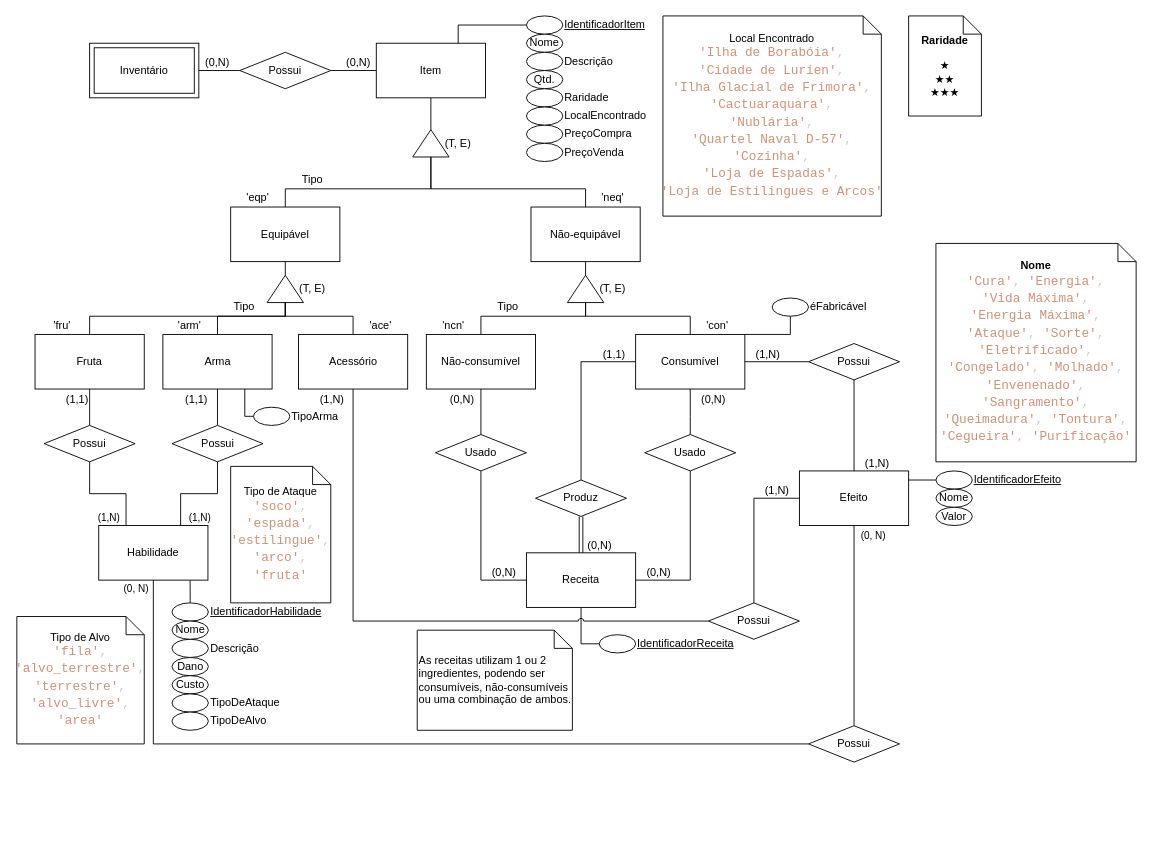
This is docs/assets/drawio/diagrama-entidade-relacionamento-item.drawio from SBD1/2025.1-Marventura, a draw.io file, before an edit. Source tidied: cells renumbered, new cells numbered last; positions are measured from the earlier drawing's top-left corner, leaving out a move shared by most shapes. Both pictures are drawn from the tidied source at 91%, with x=0, y=0 at pixel (16, 15).
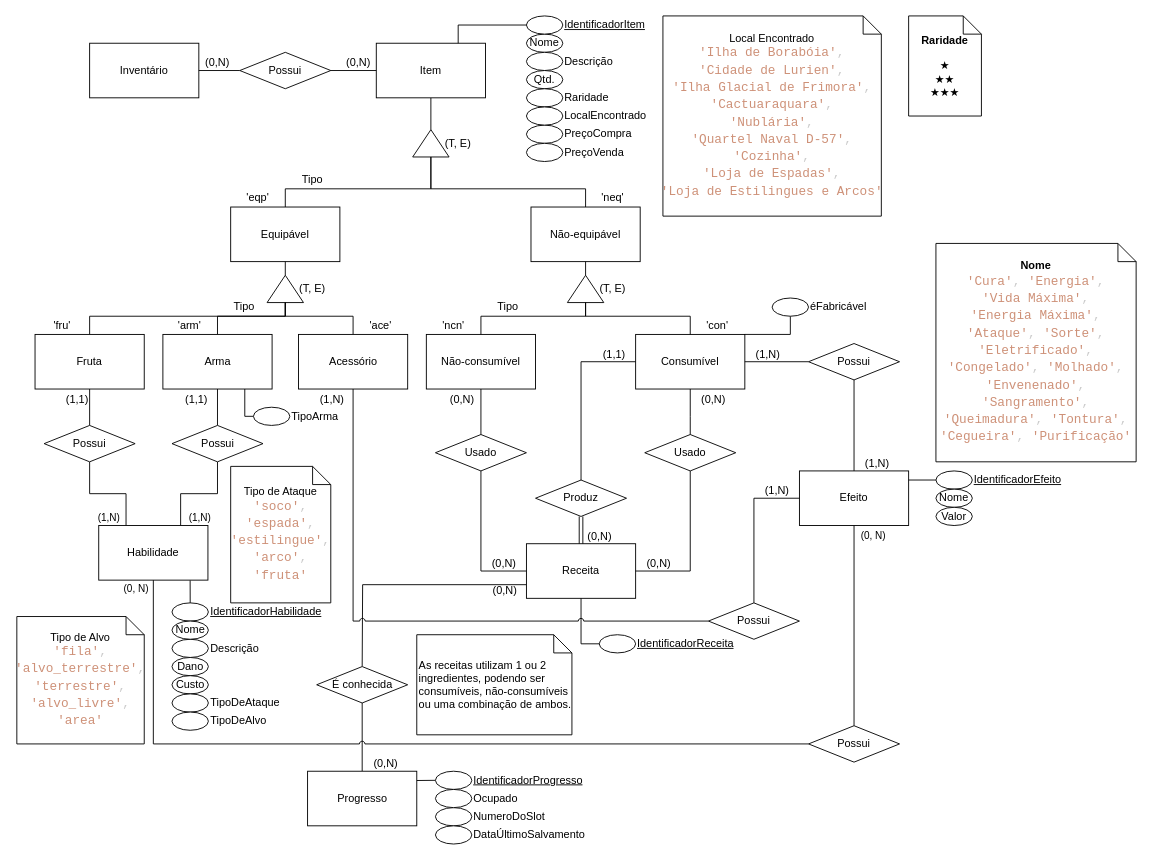
After the change.

Unchanged cells that the change refers to:
```xml
<mxCell id="52" value="Usado" style="rhombus;whiteSpace=wrap;html=1;" parent="1" vertex="1">
  <mxGeometry x="690" y="460" width="100" height="40" as="geometry" />
</mxCell>
<mxCell id="55" value="Usado" style="rhombus;whiteSpace=wrap;html=1;" parent="1" vertex="1">
  <mxGeometry x="460" y="460" width="100" height="40" as="geometry" />
</mxCell>
<mxCell id="59" style="shape=link;html=1;rounded=0;edgeStyle=orthogonalEdgeStyle;exitX=0.5;exitY=0;exitDx=0;exitDy=0;entryX=0.5;entryY=1;entryDx=0;entryDy=0;" parent="1" edge="1" source="45" target="44">
  <mxGeometry relative="1" as="geometry" />
</mxCell>
<mxCell id="98" value="Habilidade" style="rounded=0;whiteSpace=wrap;html=1;" parent="1" vertex="1">
  <mxGeometry x="90" y="560" width="120" height="60" as="geometry" />
</mxCell>
<mxCell id="111" value="Possui" style="rhombus;whiteSpace=wrap;html=1;" parent="1" vertex="1">
  <mxGeometry x="870" y="780" width="100" height="40" as="geometry" />
</mxCell>
```

What changed in the source:
```diff
@@
+    <mxCell id="118" style="endArrow=none;html=1;rounded=0;edgeStyle=orthogonalEdgeStyle;jumpStyle=arc;entryX=0.5;entryY=0;entryDx=0;entryDy=0;exitX=0.5;exitY=1;exitDx=0;exitDy=0;" parent="1" edge="1" source="123" target="122">
+      <mxGeometry relative="1" as="geometry" />
+    </mxCell>
+    <mxCell id="119" value="(0,N&lt;span style=&quot;background-color: transparent; color: light-dark(rgb(0, 0, 0), rgb(255, 255, 255));&quot;&gt;)&lt;/span&gt;" style="html=1;whiteSpace=wrap;align=right;verticalAlign=bottom;" parent="118" vertex="1">
+      <mxGeometry x="1" relative="1" as="geometry">
+        <mxPoint x="40" as="offset" />
+      </mxGeometry>
+    </mxCell>
+    <mxCell id="120" style="endArrow=none;html=1;rounded=0;exitX=0;exitY=0.75;exitDx=0;exitDy=0;jumpStyle=arc;entryX=0.5;entryY=0;entryDx=0;entryDy=0;edgeStyle=orthogonalEdgeStyle;" parent="1" edge="1" source="45" target="123">
+      <mxGeometry relative="1" as="geometry">
+        <Array as="points">
+          <mxPoint x="380" y="625" />
+          <mxPoint x="380" y="670" />
+          <mxPoint x="380" y="670" />
+        </Array>
+      </mxGeometry>
+    </mxCell>
+    <mxCell id="121" value="(0,N&lt;span style=&quot;background-color: transparent; color: light-dark(rgb(0, 0, 0), rgb(255, 255, 255));&quot;&gt;)&lt;/span&gt;" style="html=1;whiteSpace=wrap;align=right;verticalAlign=bottom;" parent="120" vertex="1">
+      <mxGeometry x="1" relative="1" as="geometry">
+        <mxPoint x="171" y="-75" as="offset" />
+      </mxGeometry>
+    </mxCell>
@@
     <mxCell id="45" value="Receita" style="rounded=0;whiteSpace=wrap;html=1;glass=0;" parent="1" vertex="1">
-      <mxGeometry x="560" y="590" width="120" height="60" as="geometry" />
+      <mxGeometry x="560" y="580" width="120" height="60" as="geometry" />
     </mxCell>
@@
     <mxCell id="60" value="(0,N)" style="html=1;whiteSpace=wrap;align=right;verticalAlign=bottom;" parent="59" vertex="1">
       <mxGeometry x="1" relative="1" as="geometry">
-        <mxPoint x="35" y="40" as="offset" />
+        <mxPoint x="35" y="30" as="offset" />
       </mxGeometry>
     </mxCell>
@@
     <mxCell id="67" style="endArrow=none;html=1;rounded=0;entryX=1;entryY=0.5;entryDx=0;entryDy=0;edgeStyle=orthogonalEdgeStyle;exitX=0.5;exitY=1;exitDx=0;exitDy=0;" parent="1" edge="1" source="52" target="45">
       <mxGeometry relative="1" as="geometry">
         <Array as="points">
-          <mxPoint x="740" y="620" />
+          <mxPoint x="740" y="610" />
         </Array>
       </mxGeometry>
     </mxCell>
@@
     <mxCell id="69" style="endArrow=none;html=1;rounded=0;entryX=0;entryY=0.5;entryDx=0;entryDy=0;edgeStyle=orthogonalEdgeStyle;exitX=0.5;exitY=1;exitDx=0;exitDy=0;" parent="1" edge="1" source="55" target="45">
       <mxGeometry relative="1" as="geometry">
         <Array as="points">
-          <mxPoint x="510" y="620" />
+          <mxPoint x="510" y="610" />
         </Array>
       </mxGeometry>
     </mxCell>
@@
-    <mxCell id="73" value="Inventário" style="rounded=0;whiteSpace=wrap;html=1;shape=ext;margin=3;double=1;" parent="1" vertex="1">
+    <mxCell id="73" value="Inventário" style="rounded=0;whiteSpace=wrap;html=1;shape=ext;margin=3;double=0;" parent="1" vertex="1">
       <mxGeometry x="80" y="30" width="120" height="60" as="geometry" />
     </mxCell>
@@
     <mxCell id="86" value="&lt;div style=&quot;&quot;&gt;As receitas utilizam 1 ou 2 ingredientes, podendo ser consumíveis, não-consumíveis ou uma combinação de ambos.&lt;/div&gt;" style="shape=note;size=20;whiteSpace=wrap;html=1;align=left;" parent="1" vertex="1">
-      <mxGeometry x="440" y="675" width="170.5" height="110" as="geometry" />
+      <mxGeometry x="439.5" y="680" width="170.5" height="110" as="geometry" />
     </mxCell>
@@
-    <mxCell id="107" style="edgeStyle=orthogonalEdgeStyle;rounded=0;jettySize=auto;html=1;exitX=0;exitY=0.5;exitDx=0;exitDy=0;entryX=0.5;entryY=1;entryDx=0;entryDy=0;endArrow=none;startFill=0;" parent="1" edge="1" source="111" target="98">
+    <mxCell id="107" style="edgeStyle=orthogonalEdgeStyle;rounded=0;jettySize=auto;html=1;exitX=0;exitY=0.5;exitDx=0;exitDy=0;entryX=0.5;entryY=1;entryDx=0;entryDy=0;endArrow=none;startFill=0;jumpStyle=arc;" parent="1" edge="1" source="111" target="98">
       <mxGeometry relative="1" as="geometry" />
     </mxCell>
@@
+    <mxCell id="122" value="Progresso" style="rounded=0;whiteSpace=wrap;html=1;glass=0;" parent="1" vertex="1">
+      <mxGeometry x="319.5" y="830" width="120" height="60" as="geometry" />
+    </mxCell>
+    <mxCell id="123" value="É conhecida" style="rhombus;whiteSpace=wrap;html=1;" parent="1" vertex="1">
+      <mxGeometry x="329.5" y="715" width="100" height="40" as="geometry" />
+    </mxCell>
+    <mxCell id="124" style="rounded=0;jettySize=auto;html=1;endArrow=none;endFill=0;entryX=1.001;entryY=0.17;entryDx=0;entryDy=0;entryPerimeter=0;" parent="1" edge="1" source="125" target="122">
+      <mxGeometry relative="1" as="geometry" />
+    </mxCell>
+    <mxCell id="125" value="IdentificadorProgresso" style="ellipse;whiteSpace=wrap;html=1;align=left;labelPosition=right;verticalLabelPosition=middle;verticalAlign=middle;fontStyle=4;" parent="1" vertex="1">
+      <mxGeometry x="460" y="830" width="40" height="20" as="geometry" />
+    </mxCell>
+    <mxCell id="126" value="NumeroDoSlot" style="ellipse;whiteSpace=wrap;html=1;align=left;labelPosition=right;verticalLabelPosition=middle;verticalAlign=middle;fontStyle=0;" parent="1" vertex="1">
+      <mxGeometry x="460" y="870" width="40" height="20" as="geometry" />
+    </mxCell>
+    <mxCell id="127" value="DataÚltimoSalvamento" style="ellipse;whiteSpace=wrap;html=1;align=left;labelPosition=right;verticalLabelPosition=middle;verticalAlign=middle;fontStyle=0;" parent="1" vertex="1">
+      <mxGeometry x="460" y="890" width="40" height="20" as="geometry" />
+    </mxCell>
+    <mxCell id="128" value="Ocupado" style="ellipse;whiteSpace=wrap;html=1;align=left;labelPosition=right;verticalLabelPosition=middle;verticalAlign=middle;fontStyle=0;" parent="1" vertex="1">
+      <mxGeometry x="460" y="850" width="40" height="20" as="geometry" />
+    </mxCell>
```
